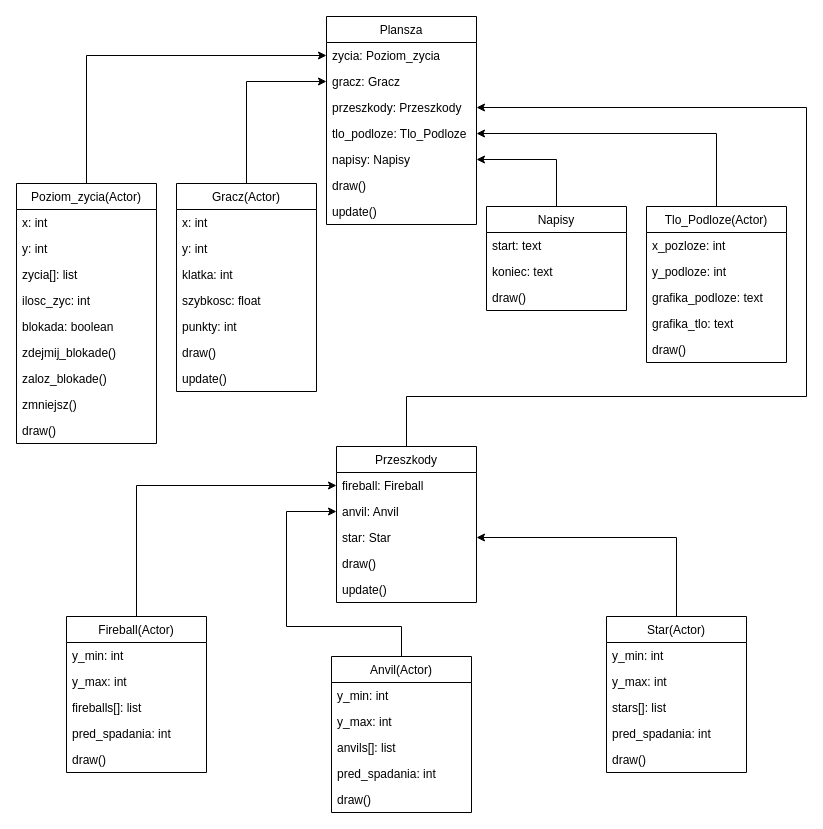
Above: UML.drawio in krzysztofjedraszak/falling_game_obiektowo (draw.io), before the change. Source tidied: cells renumbered, new cells numbered last; positions are measured from the earlier drawing's top-left corner, leaving out a move shared by most shapes. Both pictures are drawn from the tidied source at 100%, with x=0, y=0 at pixel (16, 16).
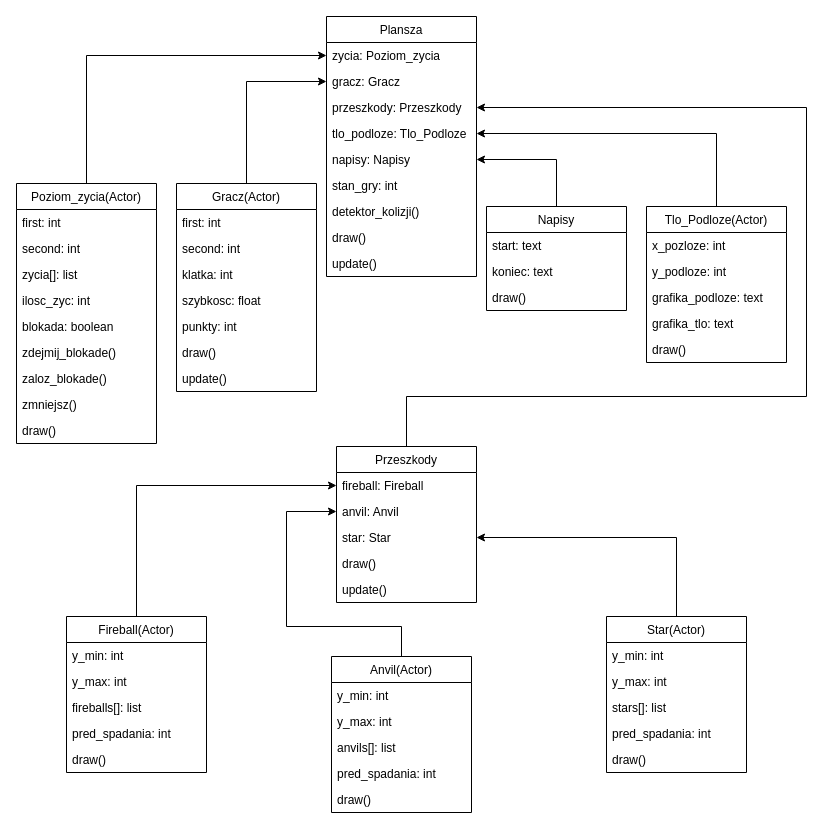
The same page after the edit.

Commit message (it also covers changes not shown here):
implementacja klasy Gracz() i aktualizacja diagramu UML

The change refers to these unchanged cells:
```xml
<mxCell id="3" value="Gracz(Actor)" style="swimlane;fontStyle=0;horizontal=1;startSize=26;fillColor=none;" parent="1" vertex="1">
  <mxGeometry x="160" y="167" width="140" height="208" as="geometry" />
</mxCell>
<mxCell id="12" value="Poziom_zycia(Actor)" style="swimlane;fontStyle=0;horizontal=1;startSize=26;fillColor=none;" parent="1" vertex="1">
  <mxGeometry y="167" width="140" height="260" as="geometry" />
</mxCell>
```

The edit, as a diff of the source:
```diff
@@
-    <mxCell id="4" value="x: int" style="text;strokeColor=none;fillColor=none;align=left;verticalAlign=top;spacingLeft=4;spacingRight=4;overflow=hidden;" parent="3" vertex="1">
+    <mxCell id="4" value="first: int" style="text;strokeColor=none;fillColor=none;align=left;verticalAlign=top;spacingLeft=4;spacingRight=4;overflow=hidden;" parent="3" vertex="1">
       <mxGeometry y="26" width="140" height="26" as="geometry" />
     </mxCell>
-    <mxCell id="5" value="y: int" style="text;strokeColor=none;fillColor=none;align=left;verticalAlign=top;spacingLeft=4;spacingRight=4;overflow=hidden;" parent="3" vertex="1">
+    <mxCell id="5" value="second: int" style="text;strokeColor=none;fillColor=none;align=left;verticalAlign=top;spacingLeft=4;spacingRight=4;overflow=hidden;" parent="3" vertex="1">
       <mxGeometry y="52" width="140" height="26" as="geometry" />
     </mxCell>
@@
-    <mxCell id="13" value="x: int" style="text;strokeColor=none;fillColor=none;align=left;verticalAlign=top;spacingLeft=4;spacingRight=4;overflow=hidden;" parent="12" vertex="1">
+    <mxCell id="13" value="first: int" style="text;strokeColor=none;fillColor=none;align=left;verticalAlign=top;spacingLeft=4;spacingRight=4;overflow=hidden;" parent="12" vertex="1">
       <mxGeometry y="26" width="140" height="26" as="geometry" />
     </mxCell>
-    <mxCell id="14" value="y: int" style="text;strokeColor=none;fillColor=none;align=left;verticalAlign=top;spacingLeft=4;spacingRight=4;overflow=hidden;" parent="12" vertex="1">
+    <mxCell id="14" value="second: int" style="text;strokeColor=none;fillColor=none;align=left;verticalAlign=top;spacingLeft=4;spacingRight=4;overflow=hidden;" parent="12" vertex="1">
       <mxGeometry y="52" width="140" height="26" as="geometry" />
     </mxCell>
@@
     <mxCell id="22" value="Plansza" style="swimlane;fontStyle=0;horizontal=1;startSize=26;fillColor=none;" parent="1" vertex="1">
-      <mxGeometry x="310" width="150" height="208" as="geometry" />
+      <mxGeometry x="310" width="150" height="260" as="geometry" />
     </mxCell>
@@
+    <mxCell id="70" value="stan_gry: int" style="text;strokeColor=none;fillColor=none;align=left;verticalAlign=top;spacingLeft=4;spacingRight=4;overflow=hidden;" parent="22" vertex="1">
+      <mxGeometry y="156" width="150" height="26" as="geometry" />
+    </mxCell>
+    <mxCell id="71" value="detektor_kolizji()" style="text;strokeColor=none;fillColor=none;align=left;verticalAlign=top;spacingLeft=4;spacingRight=4;overflow=hidden;" parent="22" vertex="1">
+      <mxGeometry y="182" width="150" height="26" as="geometry" />
+    </mxCell>
     <mxCell id="28" value="draw()&#10;" style="text;strokeColor=none;fillColor=none;align=left;verticalAlign=top;spacingLeft=4;spacingRight=4;overflow=hidden;" parent="22" vertex="1">
-      <mxGeometry y="156" width="150" height="26" as="geometry" />
+      <mxGeometry y="208" width="150" height="26" as="geometry" />
     </mxCell>
     <mxCell id="29" value="update()" style="text;strokeColor=none;fillColor=none;align=left;verticalAlign=top;spacingLeft=4;spacingRight=4;overflow=hidden;" parent="22" vertex="1">
-      <mxGeometry y="182" width="150" height="26" as="geometry" />
+      <mxGeometry y="234" width="150" height="26" as="geometry" />
     </mxCell>
```
